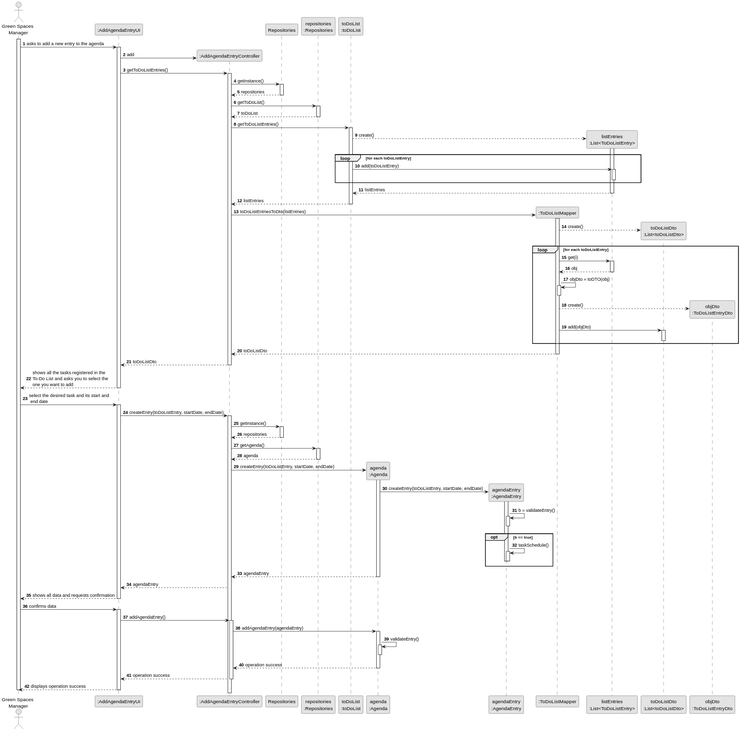
This is docs/sprintC/us022/03.design/svg/us022-sequence-diagram-full.svg from diogoveirospro/lei-24-s2-1dg-g072, a PlantUML export, as it was before one commit. Its diagram source:
```plantuml
@startuml
skinparam monochrome true
skinparam packageStyle rectangle
skinparam shadowing false

autonumber

actor "Green Spaces\n Manager" as GSM
participant ":AddAgendaEntryUI" as UI
participant ":AddAgendaEntryController" as CTRL
participant Repositories
participant "repositories\n:Repositories" as REP
participant "toDoList\n:toDoList" as TODOLIST
participant "agenda\n:Agenda" as AGENDA
participant "agendaEntry\n:AgendaEntry" as AGENDAENTRY
participant ":ToDoListMapper" as TODOLISTMAPPER
participant "listEntries\n:List<ToDoListEntry>" as LISTENTRIES
participant "toDoListDto\n:List<toDoListDto>" as TODOLISTDTO
participant "objDto\n:ToDoListEntryDto" as TODOLISTENTRYDTO

activate GSM

    GSM -> UI : asks to add a new entry to the agenda
    activate UI

        UI -> CTRL** : add

        UI -> CTRL : getToDoListEntries()
        activate CTRL

           CTRL -> Repositories: getInstance()
           activate Repositories

                Repositories --> CTRL: repositories
           deactivate Repositories

           CTRL -> REP: getToDoList()
           activate REP

                REP --> CTRL: toDoList
           deactivate REP

            CTRL -> TODOLIST : getToDoListEntries()
            activate TODOLIST

                    TODOLIST --> LISTENTRIES** : create()
                    activate LISTENTRIES

                        loop for each toDoListEntry
                            TODOLIST -> LISTENTRIES : add(toDoListEntry)
                            activate LISTENTRIES
                            deactivate LISTENTRIES
                        end

                        LISTENTRIES --> TODOLIST : listEntries
                    deactivate LISTENTRIES


                TODOLIST --> CTRL : listEntries
            deactivate TODOLIST

            CTRL -> TODOLISTMAPPER** : toDoListEntriesToDto(listEntries)
            activate TODOLISTMAPPER

                TODOLISTMAPPER --> TODOLISTDTO** : create()

                loop for each toDoListEntry
                    TODOLISTMAPPER -> LISTENTRIES : get(i)
                    activate LISTENTRIES

                    LISTENTRIES --> TODOLISTMAPPER : obj
                    deactivate LISTENTRIES

                    TODOLISTMAPPER -> TODOLISTMAPPER : objDto = toDTO(obj)
                    activate TODOLISTMAPPER
                    deactivate TODOLISTMAPPER

                    TODOLISTMAPPER --> TODOLISTENTRYDTO** : create()

                    TODOLISTMAPPER -> TODOLISTDTO : add(objDto)
                    activate TODOLISTDTO
                    deactivate TODOLISTDTO

                end

                TODOLISTMAPPER --> CTRL : toDoListDto
            deactivate TODOLISTMAPPER

            CTRL --> UI : toDoListDto
        deactivate CTRL

        UI --> GSM: shows all the tasks registered in the \nTo-Do List and asks you to select the \none you want to add
    deactivate UI

    GSM -> UI: select the desired task and its start and\n end date
    activate UI

        UI -> CTRL : createEntry(toDoListEntry, startDate, endDate)
        activate CTRL

            CTRL -> Repositories: getInstance()
            activate Repositories

                Repositories --> CTRL: repositories
            deactivate Repositories

            CTRL -> REP: getAgenda()
            activate REP

                REP --> CTRL: agenda
            deactivate REP

            CTRL -> AGENDA** : createEntry(toDoListEntry, startDate, endDate)
            activate AGENDA

                AGENDA -> AGENDAENTRY** : createEntry(toDoListEntry, startDate, endDate)
                activate AGENDAENTRY

                AGENDAENTRY -> AGENDAENTRY : b = validateEntry()
                activate AGENDAENTRY
                deactivate AGENDAENTRY

                opt b == true
                AGENDAENTRY -> AGENDAENTRY : taskSchedule()
                activate AGENDAENTRY

                deactivate AGENDAENTRY

                deactivate AGENDAENTRY
                end

                AGENDA --> CTRL : agendaEntry
                deactivate AGENDA

            CTRL --> UI : agendaEntry

        UI --> GSM: shows all data and requests confirmation
    deactivate UI

    GSM -> UI: confirms data
    activate UI

        UI -> CTRL : addAgendaEntry()
        activate CTRL

            CTRL -> AGENDA : addAgendaEntry(agendaEntry)
            activate AGENDA

            AGENDA -> AGENDA : validateEntry()
            activate AGENDA

            deactivate AGENDA

            AGENDA --> CTRL : operation success
            deactivate AGENDA

            CTRL --> UI : operation success
        deactivate CTRL

        UI --> GSM: displays operation success
    deactivate UI

deactivate GSM
@enduml
```
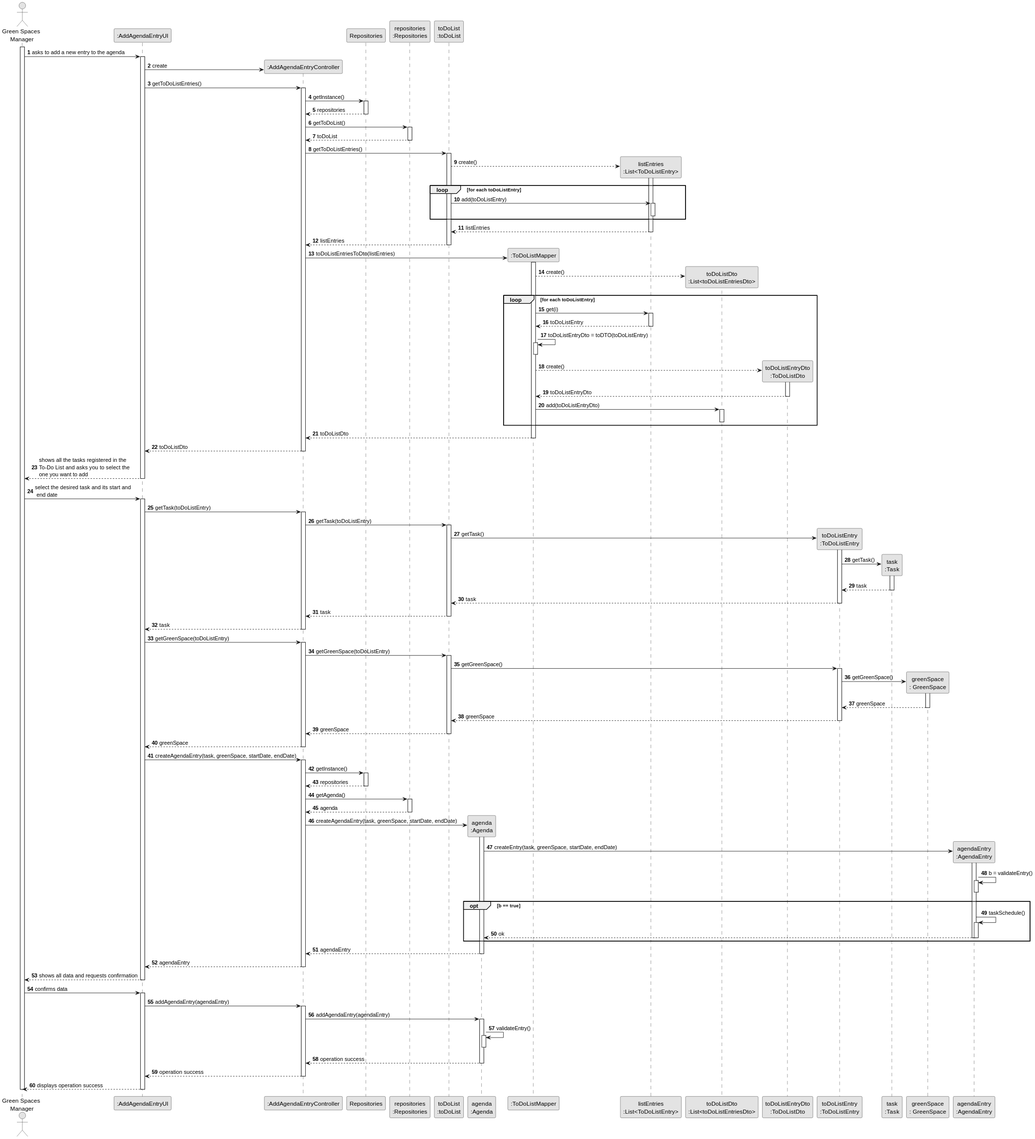
The same file after the commit.

Diff of the diagram source:
```diff
@@ -12,18 +12,21 @@
 participant "repositories\n:Repositories" as REP
 participant "toDoList\n:toDoList" as TODOLIST
 participant "agenda\n:Agenda" as AGENDA
-participant "agendaEntry\n:AgendaEntry" as AGENDAENTRY
 participant ":ToDoListMapper" as TODOLISTMAPPER
 participant "listEntries\n:List<ToDoListEntry>" as LISTENTRIES
-participant "toDoListDto\n:List<toDoListDto>" as TODOLISTDTO
-participant "objDto\n:ToDoListEntryDto" as TODOLISTENTRYDTO
+participant "toDoListDto\n:List<toDoListEntriesDto>" as TODOLISTDTO
+participant "toDoListEntryDto\n:ToDoListDto" as TODOLISTENTRYDTO
+participant "toDoListEntry\n:ToDoListEntry" as TODOLISTENTRY
+participant "task\n:Task" as TASK
+participant "greenSpace\n: GreenSpace" as GREENSPACE
+participant "agendaEntry\n:AgendaEntry" as AGENDAENTRY
 
 activate GSM
 
     GSM -> UI : asks to add a new entry to the agenda
     activate UI
 
-        UI -> CTRL** : add
+        UI -> CTRL** : create
 
         UI -> CTRL : getToDoListEntries()
         activate CTRL
@@ -68,16 +71,20 @@
                     TODOLISTMAPPER -> LISTENTRIES : get(i)
                     activate LISTENTRIES
 
-                    LISTENTRIES --> TODOLISTMAPPER : obj
+                    LISTENTRIES --> TODOLISTMAPPER : toDoListEntry
                     deactivate LISTENTRIES
 
-                    TODOLISTMAPPER -> TODOLISTMAPPER : objDto = toDTO(obj)
+                    TODOLISTMAPPER -> TODOLISTMAPPER : toDoListEntryDto = toDTO(toDoListEntry)
                     activate TODOLISTMAPPER
                     deactivate TODOLISTMAPPER
 
                     TODOLISTMAPPER --> TODOLISTENTRYDTO** : create()
+                    activate TODOLISTENTRYDTO
 
-                    TODOLISTMAPPER -> TODOLISTDTO : add(objDto)
+                    TODOLISTENTRYDTO --> TODOLISTMAPPER : toDoListEntryDto
+                    deactivate TODOLISTENTRYDTO
+
+                    TODOLISTMAPPER -> TODOLISTDTO : add(toDoListEntryDto)
                     activate TODOLISTDTO
                     deactivate TODOLISTDTO
 
@@ -95,7 +102,55 @@
     GSM -> UI: select the desired task and its start and\n end date
     activate UI
 
-        UI -> CTRL : createEntry(toDoListEntry, startDate, endDate)
+        UI -> CTRL : getTask(toDoListEntry)
+        activate CTRL
+
+            CTRL -> TODOLIST : getTask(toDoListEntry)
+            activate TODOLIST
+
+                TODOLIST -> TODOLISTENTRY** : getTask()
+                activate TODOLISTENTRY
+
+                    TODOLISTENTRY -> TASK** : getTask()
+                    activate TASK
+
+                        TASK --> TODOLISTENTRY : task
+                    deactivate TASK
+
+                    TODOLISTENTRY --> TODOLIST : task
+                deactivate TODOLISTENTRY
+
+                TODOLIST --> CTRL : task
+            deactivate TODOLIST
+
+            CTRL --> UI : task
+        deactivate CTRL
+
+        UI -> CTRL : getGreenSpace(toDoListEntry)
+        activate CTRL
+
+            CTRL -> TODOLIST : getGreenSpace(toDoListEntry)
+            activate TODOLIST
+
+                TODOLIST -> TODOLISTENTRY : getGreenSpace()
+                activate TODOLISTENTRY
+
+                    TODOLISTENTRY -> GREENSPACE** : getGreenSpace()
+                    activate GREENSPACE
+
+                        GREENSPACE --> TODOLISTENTRY : greenSpace
+                    deactivate GREENSPACE
+
+                    TODOLISTENTRY --> TODOLIST : greenSpace
+                deactivate TODOLISTENTRY
+
+                TODOLIST --> CTRL : greenSpace
+            deactivate TODOLIST
+
+            CTRL --> UI : greenSpace
+        deactivate CTRL
+
+        UI -> CTRL : createAgendaEntry(task, greenSpace, startDate, endDate)
         activate CTRL
 
             CTRL -> Repositories: getInstance()
@@ -110,10 +165,10 @@
                 REP --> CTRL: agenda
             deactivate REP
 
-            CTRL -> AGENDA** : createEntry(toDoListEntry, startDate, endDate)
+            CTRL -> AGENDA** : createAgendaEntry(task, greenSpace, startDate, endDate)
             activate AGENDA
 
-                AGENDA -> AGENDAENTRY** : createEntry(toDoListEntry, startDate, endDate)
+                AGENDA -> AGENDAENTRY** : createEntry(task, greenSpace, startDate, endDate)
                 activate AGENDAENTRY
 
                 AGENDAENTRY -> AGENDAENTRY : b = validateEntry()
@@ -124,6 +179,7 @@
                 AGENDAENTRY -> AGENDAENTRY : taskSchedule()
                 activate AGENDAENTRY
 
+                    AGENDAENTRY --> AGENDA : ok
                 deactivate AGENDAENTRY
 
                 deactivate AGENDAENTRY
@@ -133,6 +189,7 @@
                 deactivate AGENDA
 
             CTRL --> UI : agendaEntry
+            deactivate CTRL
 
         UI --> GSM: shows all data and requests confirmation
     deactivate UI
@@ -140,7 +197,7 @@
     GSM -> UI: confirms data
     activate UI
 
-        UI -> CTRL : addAgendaEntry()
+        UI -> CTRL : addAgendaEntry(agendaEntry)
         activate CTRL
 
             CTRL -> AGENDA : addAgendaEntry(agendaEntry)
```
